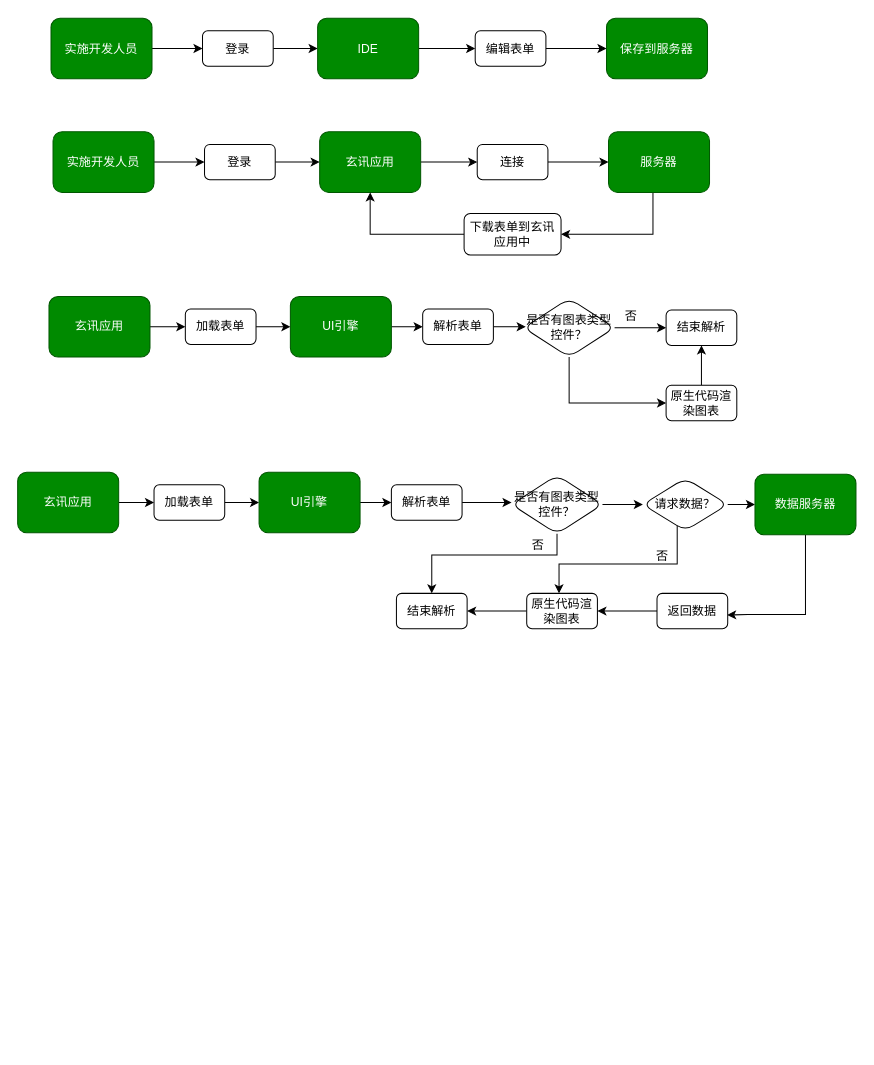
Earlier version of the draw.io diagram Untitled Diagram.drawio (codeYMF/UML). Source tidied: cells renumbered, new cells numbered last; positions are measured from the earlier drawing's top-left corner, leaving out a move shared by most shapes. Both pictures are drawn from the tidied source at 101%, with x=0, y=0 at pixel (17, 17).
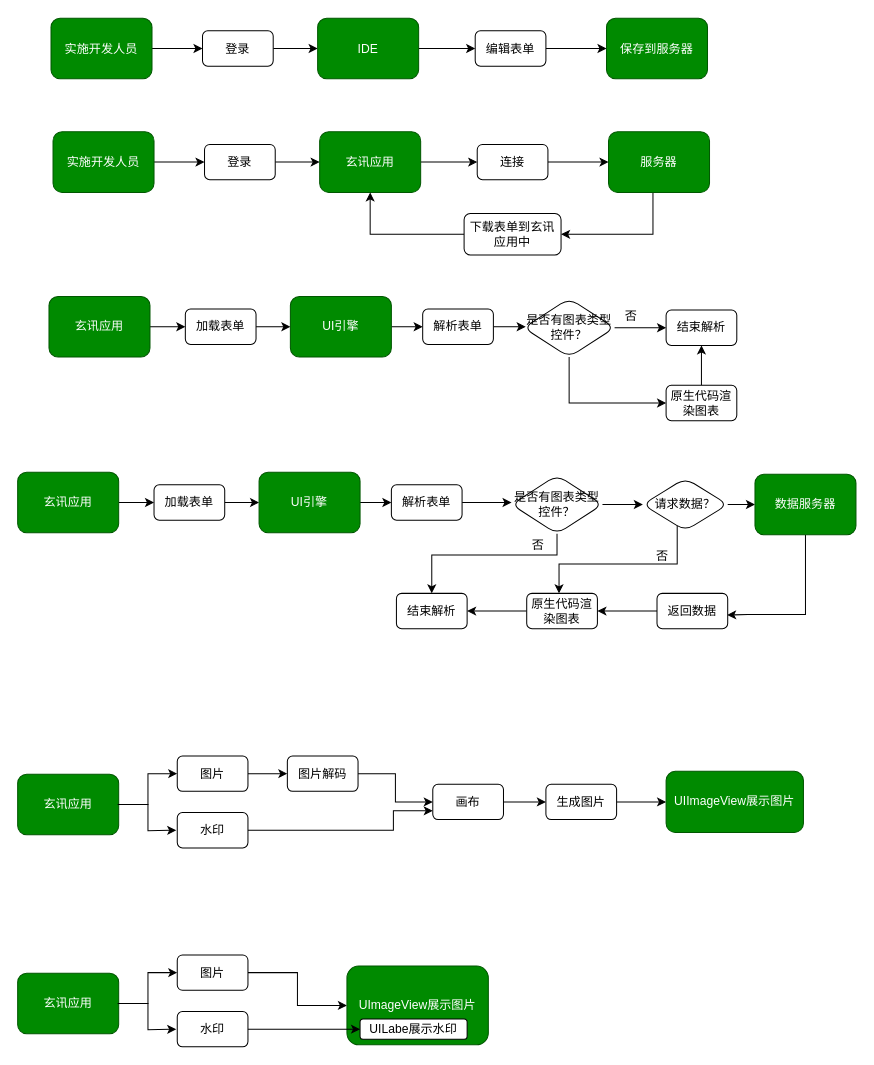
After the change.

Change to the diagram source:
```diff
@@
+    <mxCell id="61" style="edgeStyle=orthogonalEdgeStyle;rounded=0;jettySize=auto;html=1;" parent="1" edge="1" source="62" target="64">
+      <mxGeometry relative="1" as="geometry" />
+    </mxCell>
+    <mxCell id="62" value="玄讯应用" style="whiteSpace=wrap;html=1;fontSize=12;glass=0;strokeWidth=1;shadow=0;direction=west;flipH=1;fillColor=#008a00;strokeColor=#005700;fontColor=#ffffff;rounded=1;" parent="1" vertex="1">
+      <mxGeometry y="749" width="100" height="60" as="geometry" />
+    </mxCell>
+    <mxCell id="63" style="edgeStyle=orthogonalEdgeStyle;rounded=0;jumpStyle=none;jettySize=auto;html=1;" parent="1" edge="1" source="64" target="69">
+      <mxGeometry relative="1" as="geometry" />
+    </mxCell>
+    <mxCell id="64" value="图片" style="whiteSpace=wrap;html=1;rounded=1;" parent="1" vertex="1">
+      <mxGeometry x="158" y="731" width="70" height="35" as="geometry" />
+    </mxCell>
+    <mxCell id="65" style="edgeStyle=orthogonalEdgeStyle;rounded=0;jumpStyle=none;jettySize=auto;html=1;entryX=0;entryY=0.75;entryDx=0;entryDy=0;" parent="1" edge="1" source="66" target="71">
+      <mxGeometry relative="1" as="geometry">
+        <Array as="points">
+          <mxPoint x="372" y="805" />
+          <mxPoint x="372" y="785" />
+        </Array>
+      </mxGeometry>
+    </mxCell>
+    <mxCell id="66" value="水印" style="whiteSpace=wrap;html=1;rounded=1;" parent="1" vertex="1">
+      <mxGeometry x="158" y="787" width="70" height="35" as="geometry" />
+    </mxCell>
+    <mxCell id="67" style="endArrow=classic;html=1;exitX=0;exitY=0.5;exitDx=0;exitDy=0;entryX=0;entryY=0.5;entryDx=0;entryDy=0;jumpStyle=none;rounded=0;" parent="1" edge="1">
+      <mxGeometry relative="1" as="geometry">
+        <mxPoint x="99" y="779" as="sourcePoint" />
+        <mxPoint x="157" y="804.5" as="targetPoint" />
+        <Array as="points">
+          <mxPoint x="129" y="779" />
+          <mxPoint x="129" y="805" />
+        </Array>
+      </mxGeometry>
+    </mxCell>
+    <mxCell id="68" style="edgeStyle=orthogonalEdgeStyle;rounded=0;jumpStyle=none;jettySize=auto;html=1;" parent="1" edge="1" source="69" target="71">
+      <mxGeometry relative="1" as="geometry" />
+    </mxCell>
+    <mxCell id="69" value="图片解码" style="whiteSpace=wrap;html=1;rounded=1;" parent="1" vertex="1">
+      <mxGeometry x="267" y="731" width="70" height="35" as="geometry" />
+    </mxCell>
+    <mxCell id="70" style="edgeStyle=orthogonalEdgeStyle;rounded=0;jumpStyle=none;jettySize=auto;html=1;" parent="1" edge="1" source="71" target="73">
+      <mxGeometry relative="1" as="geometry" />
+    </mxCell>
+    <mxCell id="71" value="画布" style="whiteSpace=wrap;html=1;rounded=1;" parent="1" vertex="1">
+      <mxGeometry x="411" y="759" width="70" height="35" as="geometry" />
+    </mxCell>
+    <mxCell id="72" style="edgeStyle=orthogonalEdgeStyle;rounded=0;jumpStyle=none;jettySize=auto;html=1;" parent="1" edge="1" source="73" target="74">
+      <mxGeometry relative="1" as="geometry" />
+    </mxCell>
+    <mxCell id="73" value="生成图片" style="whiteSpace=wrap;html=1;rounded=1;" parent="1" vertex="1">
+      <mxGeometry x="523" y="759" width="70" height="35" as="geometry" />
+    </mxCell>
+    <mxCell id="74" value="UIImageView展示图片" style="whiteSpace=wrap;html=1;rounded=1;fillColor=#008a00;strokeColor=#005700;fontColor=#ffffff;" parent="1" vertex="1">
+      <mxGeometry x="642" y="746.2" width="136" height="60.5" as="geometry" />
+    </mxCell>
+    <mxCell id="75" style="edgeStyle=orthogonalEdgeStyle;rounded=0;jettySize=auto;html=1;" parent="1" edge="1" source="76" target="78">
+      <mxGeometry relative="1" as="geometry" />
+    </mxCell>
+    <mxCell id="76" value="玄讯应用" style="whiteSpace=wrap;html=1;fontSize=12;glass=0;strokeWidth=1;shadow=0;direction=west;flipH=1;fillColor=#008a00;strokeColor=#005700;fontColor=#ffffff;rounded=1;" parent="1" vertex="1">
+      <mxGeometry y="946" width="100" height="60" as="geometry" />
+    </mxCell>
+    <mxCell id="77" style="edgeStyle=orthogonalEdgeStyle;rounded=0;jumpStyle=none;jettySize=auto;html=1;entryX=0;entryY=0.5;entryDx=0;entryDy=0;" parent="1" edge="1" source="78" target="81">
+      <mxGeometry relative="1" as="geometry" />
+    </mxCell>
+    <mxCell id="78" value="图片" style="whiteSpace=wrap;html=1;rounded=1;" parent="1" vertex="1">
+      <mxGeometry x="158" y="928" width="70" height="35" as="geometry" />
+    </mxCell>
+    <mxCell id="79" value="水印" style="whiteSpace=wrap;html=1;rounded=1;" parent="1" vertex="1">
+      <mxGeometry x="158" y="984" width="70" height="35" as="geometry" />
+    </mxCell>
+    <mxCell id="80" style="endArrow=classic;html=1;exitX=0;exitY=0.5;exitDx=0;exitDy=0;entryX=0;entryY=0.5;entryDx=0;entryDy=0;jumpStyle=none;rounded=0;" parent="1" edge="1">
+      <mxGeometry relative="1" as="geometry">
+        <mxPoint x="99" y="976" as="sourcePoint" />
+        <mxPoint x="157" y="1001.5" as="targetPoint" />
+        <Array as="points">
+          <mxPoint x="129" y="976" />
+          <mxPoint x="129" y="1002" />
+        </Array>
+      </mxGeometry>
+    </mxCell>
+    <mxCell id="81" value="UImageView展示图片" style="whiteSpace=wrap;html=1;rounded=1;fillColor=#008a00;strokeColor=#005700;fontColor=#ffffff;" parent="1" vertex="1">
+      <mxGeometry x="326" y="939" width="140" height="78" as="geometry" />
+    </mxCell>
+    <mxCell id="82" value="UILabe展示水印" style="whiteSpace=wrap;html=1;rounded=1;" parent="1" vertex="1">
+      <mxGeometry x="339" y="991.5" width="106" height="20" as="geometry" />
+    </mxCell>
+    <mxCell id="83" style="edgeStyle=orthogonalEdgeStyle;rounded=0;jumpStyle=none;jettySize=auto;html=1;" parent="1" edge="1" source="79" target="82">
+      <mxGeometry relative="1" as="geometry" />
+    </mxCell>
```
